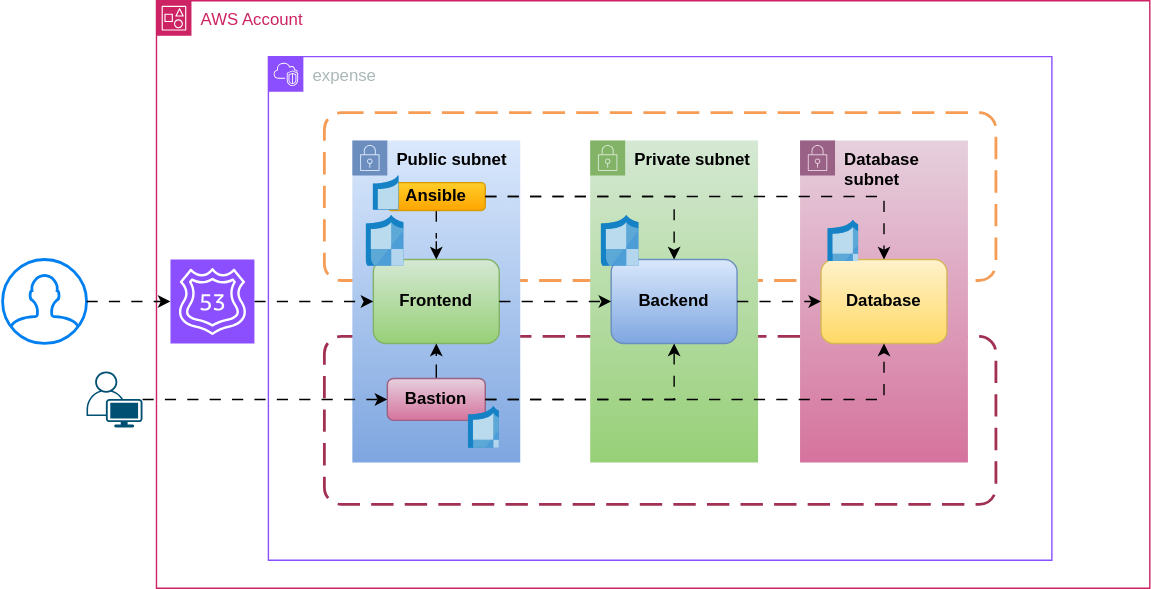
Before: images/expense-tf-dev.svg, a diagram exported from draw.io (Pathanfirdose/expense-terraform-dev). Source tidied: cells renumbered, new cells last; positions are measured from the earlier drawing's top-left corner, leaving out a move shared by most shapes. Source of this version:
```xml
<mxGraphModel>
  <root>
    <mxCell id="0" />
    <mxCell id="1" parent="0" />
    <mxCell id="2" value="AWS Account" style="gradientColor=none;html=1;whiteSpace=wrap;fontSize=12;fontStyle=0;shape=mxgraph.aws4.group;grIcon=mxgraph.aws4.group_account;strokeColor=#CD2264;fillColor=none;verticalAlign=top;align=left;spacingLeft=30;fontColor=#CD2264;dashed=0;" parent="1" vertex="1">
      <mxGeometry x="110" width="710" height="420" as="geometry" />
    </mxCell>
    <mxCell id="3" value="expense" style="gradientColor=none;html=1;whiteSpace=wrap;fontSize=12;fontStyle=0;shape=mxgraph.aws4.group;grIcon=mxgraph.aws4.group_vpc2;strokeColor=#8C4FFF;fillColor=none;verticalAlign=top;align=left;spacingLeft=30;fontColor=#AAB7B8;dashed=0;" parent="2" vertex="1">
      <mxGeometry x="80" y="40" width="560" height="360" as="geometry" />
    </mxCell>
    <mxCell id="4" style="rounded=1;arcSize=10;dashed=1;strokeColor=#F59D56;fillColor=none;gradientColor=none;dashPattern=8 4;strokeWidth=2;" parent="3" vertex="1">
      <mxGeometry x="40" y="40" width="480" height="120" as="geometry" />
    </mxCell>
    <mxCell id="5" style="rounded=1;arcSize=10;dashed=1;strokeColor=#a13052;fillColor=none;gradientColor=none;dashPattern=8 4;strokeWidth=2;" parent="3" vertex="1">
      <mxGeometry x="40" y="200" width="480" height="120" as="geometry" />
    </mxCell>
    <mxCell id="6" value="&lt;b&gt;Public subnet&lt;/b&gt;" style="gradientColor=#7ea6e0;html=1;whiteSpace=wrap;fontSize=12;fontStyle=0;shape=mxgraph.aws4.group;grIcon=mxgraph.aws4.group_security_group;grStroke=0;strokeColor=#6c8ebf;fillColor=#dae8fc;verticalAlign=top;align=left;spacingLeft=30;dashed=0;" parent="3" vertex="1">
      <mxGeometry x="60" y="60" width="120" height="230" as="geometry" />
    </mxCell>
    <mxCell id="7" value="&lt;b&gt;Frontend&lt;/b&gt;" style="rounded=1;whiteSpace=wrap;html=1;fillColor=#d5e8d4;gradientColor=#97d077;strokeColor=#82b366;" parent="6" vertex="1">
      <mxGeometry x="15" y="85" width="90" height="60" as="geometry" />
    </mxCell>
    <mxCell id="8" style="edgeStyle=orthogonalEdgeStyle;rounded=0;jettySize=auto;html=1;entryX=0.5;entryY=0;entryDx=0;entryDy=0;flowAnimation=1;" parent="6" edge="1" source="9" target="7">
      <mxGeometry relative="1" as="geometry" />
    </mxCell>
    <mxCell id="9" value="&lt;b&gt;Ansible&lt;/b&gt;" style="rounded=1;whiteSpace=wrap;html=1;fillColor=#ffcd28;gradientColor=#ffa500;strokeColor=#d79b00;" parent="6" vertex="1">
      <mxGeometry x="25" y="30" width="70" height="20" as="geometry" />
    </mxCell>
    <mxCell id="10" style="edgeStyle=orthogonalEdgeStyle;rounded=0;jettySize=auto;html=1;entryX=0.5;entryY=1;entryDx=0;entryDy=0;flowAnimation=1;" parent="6" edge="1" source="11" target="7">
      <mxGeometry relative="1" as="geometry" />
    </mxCell>
    <mxCell id="11" value="&lt;b&gt;Bastion&lt;/b&gt;" style="rounded=1;whiteSpace=wrap;html=1;fillColor=#e6d0de;gradientColor=#d5739d;strokeColor=#996185;" parent="6" vertex="1">
      <mxGeometry x="25" y="170" width="70" height="30" as="geometry" />
    </mxCell>
    <mxCell id="12" style="image;sketch=0;html=1;align=center;fontSize=12;image=img/lib/mscae/Network_Security_Groups_Classic.svg;" parent="6" vertex="1">
      <mxGeometry x="15" y="25" width="18.5" height="25" as="geometry" />
    </mxCell>
    <mxCell id="13" value="&lt;b&gt;Private subnet&lt;/b&gt;" style="gradientColor=#97d077;html=1;whiteSpace=wrap;fontSize=12;fontStyle=0;shape=mxgraph.aws4.group;grIcon=mxgraph.aws4.group_security_group;grStroke=0;strokeColor=#82b366;fillColor=#d5e8d4;verticalAlign=top;align=left;spacingLeft=30;dashed=0;" parent="3" vertex="1">
      <mxGeometry x="230" y="60" width="120" height="230" as="geometry" />
    </mxCell>
    <mxCell id="14" value="&lt;b&gt;Backend&lt;/b&gt;" style="rounded=1;whiteSpace=wrap;html=1;fillColor=#dae8fc;gradientColor=#7ea6e0;strokeColor=#6c8ebf;" parent="13" vertex="1">
      <mxGeometry x="15" y="85" width="90" height="60" as="geometry" />
    </mxCell>
    <mxCell id="15" style="image;sketch=0;html=1;align=center;fontSize=12;image=img/lib/mscae/Network_Security_Groups_Classic.svg;" parent="13" vertex="1">
      <mxGeometry x="8" y="53.5" width="27" height="36.5" as="geometry" />
    </mxCell>
    <mxCell id="16" value="&lt;b&gt;Database subnet&lt;/b&gt;" style="gradientColor=#d5739d;html=1;whiteSpace=wrap;fontSize=12;fontStyle=0;shape=mxgraph.aws4.group;grIcon=mxgraph.aws4.group_security_group;grStroke=0;strokeColor=#996185;fillColor=#e6d0de;verticalAlign=top;align=left;spacingLeft=30;dashed=0;" parent="3" vertex="1">
      <mxGeometry x="380" y="60" width="120" height="230" as="geometry" />
    </mxCell>
    <mxCell id="17" value="&lt;b&gt;Database&lt;/b&gt;" style="rounded=1;whiteSpace=wrap;html=1;fillColor=#fff2cc;gradientColor=#ffd966;strokeColor=#d6b656;" parent="16" vertex="1">
      <mxGeometry x="15" y="85" width="90" height="60" as="geometry" />
    </mxCell>
    <mxCell id="18" style="edgeStyle=orthogonalEdgeStyle;rounded=0;jettySize=auto;html=1;entryX=0;entryY=0.5;entryDx=0;entryDy=0;flowAnimation=1;" parent="3" edge="1" source="7" target="14">
      <mxGeometry relative="1" as="geometry" />
    </mxCell>
    <mxCell id="19" style="edgeStyle=orthogonalEdgeStyle;rounded=0;jettySize=auto;html=1;entryX=0;entryY=0.5;entryDx=0;entryDy=0;flowAnimation=1;" parent="3" edge="1" source="14" target="17">
      <mxGeometry relative="1" as="geometry" />
    </mxCell>
    <mxCell id="20" style="edgeStyle=orthogonalEdgeStyle;rounded=0;jettySize=auto;html=1;entryX=0.5;entryY=1;entryDx=0;entryDy=0;flowAnimation=1;" parent="3" edge="1" source="11" target="14">
      <mxGeometry relative="1" as="geometry" />
    </mxCell>
    <mxCell id="21" style="image;sketch=0;html=1;align=center;fontSize=12;image=img/lib/mscae/Network_Security_Groups_Classic.svg;" parent="3" vertex="1">
      <mxGeometry x="70" y="113.5" width="27" height="36.5" as="geometry" />
    </mxCell>
    <mxCell id="22" style="image;sketch=0;html=1;align=center;fontSize=12;image=img/lib/mscae/Network_Security_Groups_Classic.svg;" parent="3" vertex="1">
      <mxGeometry x="143" y="250" width="22.2" height="30" as="geometry" />
    </mxCell>
    <mxCell id="23" style="edgeStyle=orthogonalEdgeStyle;rounded=0;jettySize=auto;html=1;entryX=0.5;entryY=1;entryDx=0;entryDy=0;flowAnimation=1;" parent="3" edge="1" source="11" target="17">
      <mxGeometry relative="1" as="geometry" />
    </mxCell>
    <mxCell id="24" style="edgeStyle=orthogonalEdgeStyle;rounded=0;jettySize=auto;html=1;entryX=0.5;entryY=0;entryDx=0;entryDy=0;flowAnimation=1;" parent="3" edge="1" source="9" target="14">
      <mxGeometry relative="1" as="geometry" />
    </mxCell>
    <mxCell id="25" style="image;sketch=0;html=1;align=center;fontSize=12;image=img/lib/mscae/Network_Security_Groups_Classic.svg;" parent="3" vertex="1">
      <mxGeometry x="400" y="116.9" width="22" height="29.7" as="geometry" />
    </mxCell>
    <mxCell id="26" style="edgeStyle=orthogonalEdgeStyle;rounded=0;jettySize=auto;html=1;entryX=0.5;entryY=0;entryDx=0;entryDy=0;flowAnimation=1;" parent="3" edge="1" source="9" target="17">
      <mxGeometry relative="1" as="geometry" />
    </mxCell>
    <mxCell id="27" style="edgeStyle=orthogonalEdgeStyle;rounded=0;jettySize=auto;html=1;entryX=0;entryY=0.5;entryDx=0;entryDy=0;flowAnimation=1;" parent="2" edge="1" source="28" target="7">
      <mxGeometry relative="1" as="geometry" />
    </mxCell>
    <mxCell id="28" style="sketch=0;points=[[0,0,0],[0.25,0,0],[0.5,0,0],[0.75,0,0],[1,0,0],[0,1,0],[0.25,1,0],[0.5,1,0],[0.75,1,0],[1,1,0],[0,0.25,0],[0,0.5,0],[0,0.75,0],[1,0.25,0],[1,0.5,0],[1,0.75,0]];outlineConnect=0;fontColor=#232F3E;fillColor=#8C4FFF;strokeColor=#ffffff;dashed=0;verticalLabelPosition=bottom;verticalAlign=top;align=center;html=1;fontSize=12;fontStyle=0;shape=mxgraph.aws4.resourceIcon;resIcon=mxgraph.aws4.route_53;" parent="2" vertex="1">
      <mxGeometry x="10" y="185" width="60" height="60" as="geometry" />
    </mxCell>
    <mxCell id="29" style="html=1;verticalLabelPosition=bottom;align=center;labelBackgroundColor=#ffffff;verticalAlign=top;strokeWidth=2;strokeColor=#0080F0;shadow=0;dashed=0;shape=mxgraph.ios7.icons.user;" parent="1" vertex="1">
      <mxGeometry y="185" width="60" height="60" as="geometry" />
    </mxCell>
    <mxCell id="30" style="edgeStyle=orthogonalEdgeStyle;rounded=0;jettySize=auto;html=1;entryX=0;entryY=0.5;entryDx=0;entryDy=0;entryPerimeter=0;flowAnimation=1;" parent="1" edge="1" source="29" target="28">
      <mxGeometry relative="1" as="geometry" />
    </mxCell>
    <mxCell id="31" style="edgeStyle=orthogonalEdgeStyle;rounded=0;jettySize=auto;html=1;entryX=0;entryY=0.5;entryDx=0;entryDy=0;flowAnimation=1;" parent="1" edge="1" source="32" target="11">
      <mxGeometry relative="1" as="geometry" />
    </mxCell>
    <mxCell id="32" style="points=[[0.35,0,0],[0.98,0.51,0],[1,0.71,0],[0.67,1,0],[0,0.795,0],[0,0.65,0]];verticalLabelPosition=bottom;sketch=0;html=1;verticalAlign=top;align=center;shape=mxgraph.cisco19.user;fillColor=#005073;strokeColor=none;" parent="1" vertex="1">
      <mxGeometry x="60" y="265" width="40" height="40" as="geometry" />
    </mxCell>
  </root>
</mxGraphModel>
```
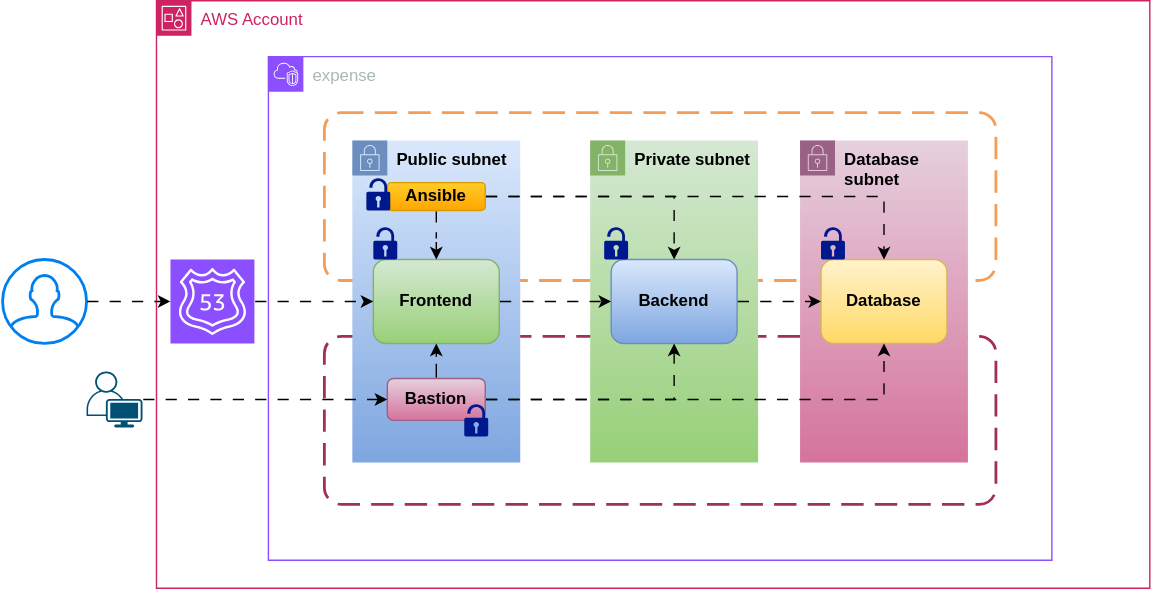
The same diagram one commit later.

Diff of the diagram source:
```diff
@@ -32,24 +32,27 @@
     <mxCell id="11" value="&lt;b&gt;Bastion&lt;/b&gt;" style="rounded=1;whiteSpace=wrap;html=1;fillColor=#e6d0de;gradientColor=#d5739d;strokeColor=#996185;" parent="6" vertex="1">
       <mxGeometry x="25" y="170" width="70" height="30" as="geometry" />
     </mxCell>
-    <mxCell id="12" style="image;sketch=0;html=1;align=center;fontSize=12;image=img/lib/mscae/Network_Security_Groups_Classic.svg;" parent="6" vertex="1">
-      <mxGeometry x="15" y="25" width="18.5" height="25" as="geometry" />
-    </mxCell>
+    <mxCell id="33" style="sketch=0;shadow=0;dashed=0;html=1;strokeColor=none;labelPosition=center;verticalLabelPosition=bottom;verticalAlign=top;align=center;fillColor=#00188D;shape=mxgraph.mscae.enterprise.lock_unlocked;" parent="6" vertex="1">
+      <mxGeometry x="15" y="61.9" width="17.1" height="23.1" as="geometry" />
+    </mxCell>
     <mxCell id="13" value="&lt;b&gt;Private subnet&lt;/b&gt;" style="gradientColor=#97d077;html=1;whiteSpace=wrap;fontSize=12;fontStyle=0;shape=mxgraph.aws4.group;grIcon=mxgraph.aws4.group_security_group;grStroke=0;strokeColor=#82b366;fillColor=#d5e8d4;verticalAlign=top;align=left;spacingLeft=30;dashed=0;" parent="3" vertex="1">
       <mxGeometry x="230" y="60" width="120" height="230" as="geometry" />
     </mxCell>
     <mxCell id="14" value="&lt;b&gt;Backend&lt;/b&gt;" style="rounded=1;whiteSpace=wrap;html=1;fillColor=#dae8fc;gradientColor=#7ea6e0;strokeColor=#6c8ebf;" parent="13" vertex="1">
       <mxGeometry x="15" y="85" width="90" height="60" as="geometry" />
     </mxCell>
-    <mxCell id="15" style="image;sketch=0;html=1;align=center;fontSize=12;image=img/lib/mscae/Network_Security_Groups_Classic.svg;" parent="13" vertex="1">
-      <mxGeometry x="8" y="53.5" width="27" height="36.5" as="geometry" />
-    </mxCell>
+    <mxCell id="34" style="sketch=0;shadow=0;dashed=0;html=1;strokeColor=none;labelPosition=center;verticalLabelPosition=bottom;verticalAlign=top;align=center;fillColor=#00188D;shape=mxgraph.mscae.enterprise.lock_unlocked;" parent="13" vertex="1">
+      <mxGeometry x="10" y="61.9" width="17.1" height="23.1" as="geometry" />
+    </mxCell>
     <mxCell id="16" value="&lt;b&gt;Database subnet&lt;/b&gt;" style="gradientColor=#d5739d;html=1;whiteSpace=wrap;fontSize=12;fontStyle=0;shape=mxgraph.aws4.group;grIcon=mxgraph.aws4.group_security_group;grStroke=0;strokeColor=#996185;fillColor=#e6d0de;verticalAlign=top;align=left;spacingLeft=30;dashed=0;" parent="3" vertex="1">
       <mxGeometry x="380" y="60" width="120" height="230" as="geometry" />
     </mxCell>
     <mxCell id="17" value="&lt;b&gt;Database&lt;/b&gt;" style="rounded=1;whiteSpace=wrap;html=1;fillColor=#fff2cc;gradientColor=#ffd966;strokeColor=#d6b656;" parent="16" vertex="1">
       <mxGeometry x="15" y="85" width="90" height="60" as="geometry" />
     </mxCell>
+    <mxCell id="35" style="sketch=0;shadow=0;dashed=0;html=1;strokeColor=none;labelPosition=center;verticalLabelPosition=bottom;verticalAlign=top;align=center;fillColor=#00188D;shape=mxgraph.mscae.enterprise.lock_unlocked;" parent="16" vertex="1">
+      <mxGeometry x="15" y="61.9" width="17.1" height="23.1" as="geometry" />
+    </mxCell>
     <mxCell id="18" style="edgeStyle=orthogonalEdgeStyle;rounded=0;jettySize=auto;html=1;entryX=0;entryY=0.5;entryDx=0;entryDy=0;flowAnimation=1;" parent="3" edge="1" source="7" target="14">
       <mxGeometry relative="1" as="geometry" />
     </mxCell>
@@ -59,24 +62,21 @@
     <mxCell id="20" style="edgeStyle=orthogonalEdgeStyle;rounded=0;jettySize=auto;html=1;entryX=0.5;entryY=1;entryDx=0;entryDy=0;flowAnimation=1;" parent="3" edge="1" source="11" target="14">
       <mxGeometry relative="1" as="geometry" />
     </mxCell>
-    <mxCell id="21" style="image;sketch=0;html=1;align=center;fontSize=12;image=img/lib/mscae/Network_Security_Groups_Classic.svg;" parent="3" vertex="1">
-      <mxGeometry x="70" y="113.5" width="27" height="36.5" as="geometry" />
-    </mxCell>
-    <mxCell id="22" style="image;sketch=0;html=1;align=center;fontSize=12;image=img/lib/mscae/Network_Security_Groups_Classic.svg;" parent="3" vertex="1">
-      <mxGeometry x="143" y="250" width="22.2" height="30" as="geometry" />
-    </mxCell>
     <mxCell id="23" style="edgeStyle=orthogonalEdgeStyle;rounded=0;jettySize=auto;html=1;entryX=0.5;entryY=1;entryDx=0;entryDy=0;flowAnimation=1;" parent="3" edge="1" source="11" target="17">
       <mxGeometry relative="1" as="geometry" />
     </mxCell>
     <mxCell id="24" style="edgeStyle=orthogonalEdgeStyle;rounded=0;jettySize=auto;html=1;entryX=0.5;entryY=0;entryDx=0;entryDy=0;flowAnimation=1;" parent="3" edge="1" source="9" target="14">
       <mxGeometry relative="1" as="geometry" />
     </mxCell>
-    <mxCell id="25" style="image;sketch=0;html=1;align=center;fontSize=12;image=img/lib/mscae/Network_Security_Groups_Classic.svg;" parent="3" vertex="1">
-      <mxGeometry x="400" y="116.9" width="22" height="29.7" as="geometry" />
-    </mxCell>
     <mxCell id="26" style="edgeStyle=orthogonalEdgeStyle;rounded=0;jettySize=auto;html=1;entryX=0.5;entryY=0;entryDx=0;entryDy=0;flowAnimation=1;" parent="3" edge="1" source="9" target="17">
       <mxGeometry relative="1" as="geometry" />
     </mxCell>
+    <mxCell id="36" style="sketch=0;shadow=0;dashed=0;html=1;strokeColor=none;labelPosition=center;verticalLabelPosition=bottom;verticalAlign=top;align=center;fillColor=#00188D;shape=mxgraph.mscae.enterprise.lock_unlocked;" parent="3" vertex="1">
+      <mxGeometry x="70" y="86.9" width="17.1" height="23.1" as="geometry" />
+    </mxCell>
+    <mxCell id="37" style="sketch=0;shadow=0;dashed=0;html=1;strokeColor=none;labelPosition=center;verticalLabelPosition=bottom;verticalAlign=top;align=center;fillColor=#00188D;shape=mxgraph.mscae.enterprise.lock_unlocked;" parent="3" vertex="1">
+      <mxGeometry x="140" y="248.4" width="17.1" height="23.1" as="geometry" />
+    </mxCell>
     <mxCell id="27" style="edgeStyle=orthogonalEdgeStyle;rounded=0;jettySize=auto;html=1;entryX=0;entryY=0.5;entryDx=0;entryDy=0;flowAnimation=1;" parent="2" edge="1" source="28" target="7">
       <mxGeometry relative="1" as="geometry" />
     </mxCell>
```
